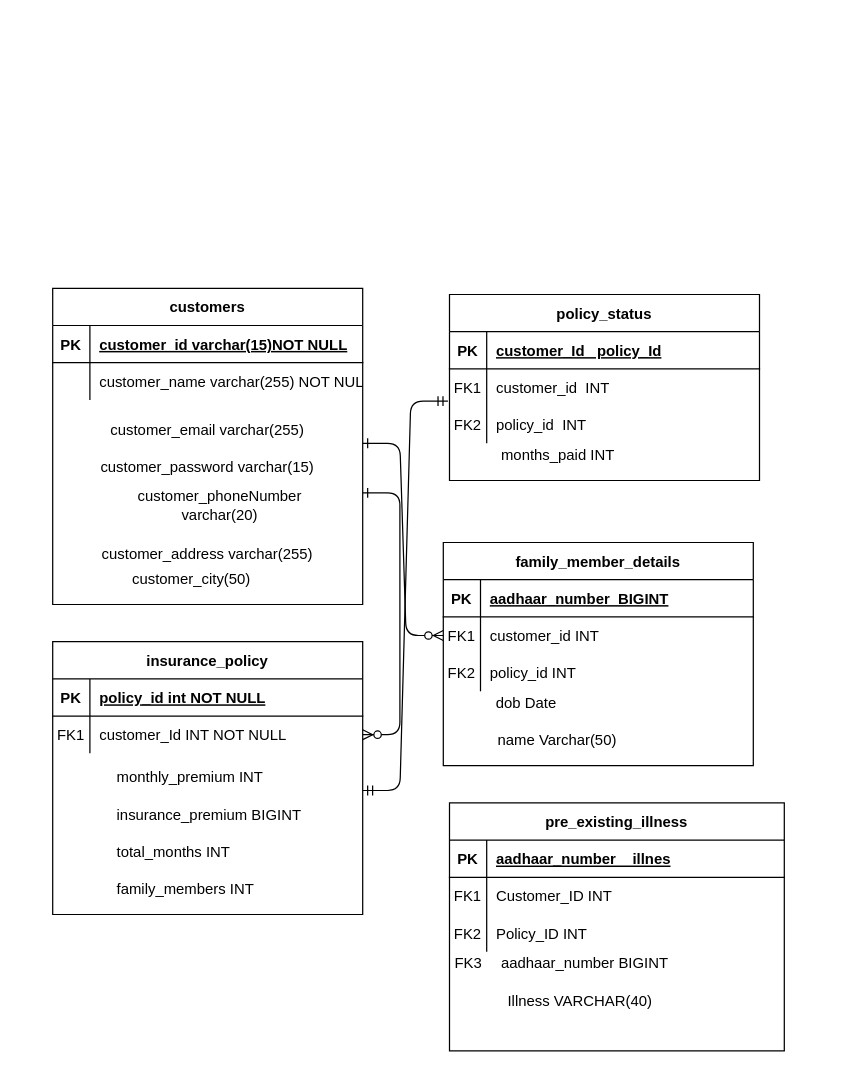
GurramkondaYaswanth/Health-Insurance keeps this draw.io diagram as Untitled Diagram.drawio. Above is the earlier version. Source tidied: cells renumbered, new cells numbered last; positions are measured from the earlier drawing's top-left corner, leaving out a move shared by most shapes. Both pictures are drawn from the tidied source at 124%, with x=0, y=0 at pixel (21, 288).
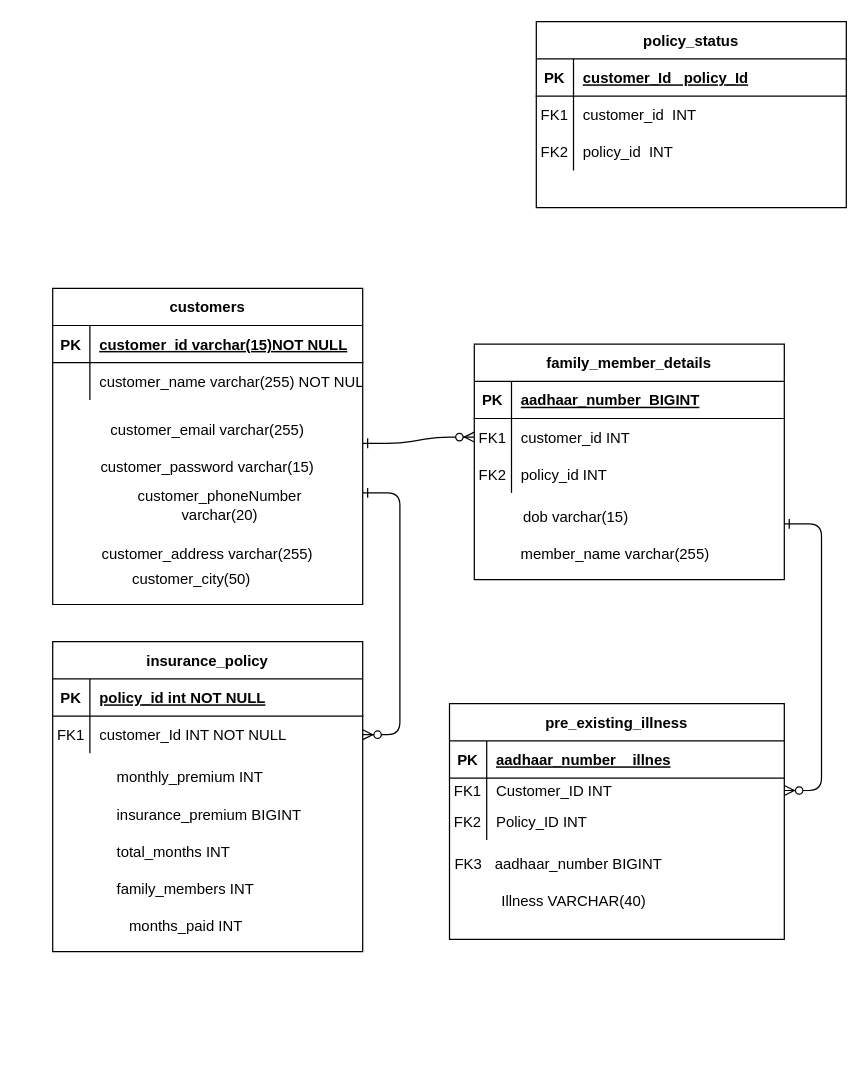
The same page after the edit.

Unchanged cells that the change refers to:
```xml
<mxCell id="7" style="shape=partialRectangle;fillColor=none;points=[[0,0.5],[1,0.5]];portConstraint=eastwest;top=0;left=0;right=0;bottom=0;" parent="3" vertex="1">
  <mxGeometry y="60" width="250" height="30" as="geometry" />
</mxCell>
```

What changed in the source:
```diff
@@
     <mxCell id="3" value="policy_status" style="shape=table;startSize=30;childLayout=tableLayout;rowLines=0;fontStyle=1;align=center;" parent="1" vertex="1">
-      <mxGeometry x="345" y="5" width="250" height="150" as="geometry" />
+      <mxGeometry x="415" y="-215" width="250" height="150" as="geometry" />
     </mxCell>
@@
     <mxCell id="13" value="family_member_details" style="shape=table;startSize=30;childLayout=tableLayout;rowLines=0;fontStyle=1;align=center;" parent="1" vertex="1">
-      <mxGeometry x="340" y="205" width="250" height="180" as="geometry" />
+      <mxGeometry x="365" y="45" width="250" height="190" as="geometry" />
     </mxCell>
@@
     <mxCell id="23" value="insurance_policy" style="shape=table;startSize=30;childLayout=tableLayout;rowLines=0;fontStyle=1;align=center;" parent="1" vertex="1">
-      <mxGeometry x="25" y="285" width="250" height="220" as="geometry" />
+      <mxGeometry x="25" y="285" width="250" height="250" as="geometry" />
     </mxCell>
@@
-    <mxCell id="45" value="months_paid INT" style="text;html=1;strokeColor=none;fillColor=none;align=left;verticalAlign=middle;whiteSpace=wrap;rounded=0;" parent="1" vertex="1">
-      <mxGeometry x="385" y="125" width="100" height="20" as="geometry" />
-    </mxCell>
@@
     <mxCell id="47" value="pre_existing_illness" style="shape=table;startSize=30;childLayout=tableLayout;rowLines=0;fontStyle=1;align=center;" parent="1" vertex="1">
-      <mxGeometry x="345" y="415" width="270" height="200" as="geometry" />
+      <mxGeometry x="345" y="335" width="270" height="190" as="geometry" />
     </mxCell>
@@
     <mxCell id="51" style="shape=partialRectangle;fillColor=none;points=[[0,0.5],[1,0.5]];portConstraint=eastwest;top=0;left=0;right=0;bottom=0;" parent="47" vertex="1">
-      <mxGeometry y="60" width="270" height="30" as="geometry" />
+      <mxGeometry y="60" width="270" height="20" as="geometry" />
     </mxCell>
     <mxCell id="52" value="FK1" style="shape=partialRectangle;overflow=hidden;fillColor=none;top=0;left=0;bottom=0;right=0;" parent="51" vertex="1">
-      <mxGeometry width="30" height="30" as="geometry" />
+      <mxGeometry width="30" height="20" as="geometry" />
     </mxCell>
     <mxCell id="53" value="Customer_ID INT" style="shape=partialRectangle;overflow=hidden;fillColor=none;top=0;left=0;bottom=0;right=0;align=left;spacingLeft=6;" parent="51" vertex="1">
-      <mxGeometry x="30" width="240" height="30" as="geometry" />
+      <mxGeometry x="30" width="240" height="20" as="geometry" />
     </mxCell>
     <mxCell id="54" style="shape=partialRectangle;fillColor=none;top=0;left=0;right=0;bottom=0;" parent="47" vertex="1">
-      <mxGeometry y="90" width="270" height="30" as="geometry" />
+      <mxGeometry y="80" width="270" height="30" as="geometry" />
     </mxCell>
@@
     <mxCell id="57" value="&amp;nbsp; &amp;nbsp;FK3" style="text;html=1;align=center;verticalAlign=middle;" parent="1" vertex="1">
-      <mxGeometry x="330" y="535" width="50" height="20" as="geometry" />
+      <mxGeometry x="330" y="455" width="50" height="20" as="geometry" />
     </mxCell>
     <mxCell id="58" value="aadhaar_number BIGINT" style="text;html=1;align=left;verticalAlign=middle;" parent="1" vertex="1">
-      <mxGeometry x="385" y="535" width="150" height="20" as="geometry" />
+      <mxGeometry x="380" y="455" width="150" height="20" as="geometry" />
     </mxCell>
     <mxCell id="59" value="Illness VARCHAR(40)" style="text;html=1;align=center;verticalAlign=middle;" parent="1" vertex="1">
-      <mxGeometry x="385" y="565" width="130" height="20" as="geometry" />
+      <mxGeometry x="380" y="485" width="130" height="20" as="geometry" />
     </mxCell>
-    <mxCell id="60" style="edgeStyle=entityRelationEdgeStyle;fontSize=12;html=1;endArrow=ERmandOne;startArrow=ERmandOne;entryX=-0.005;entryY=0.867;entryDx=0;entryDy=0;entryPerimeter=0;" parent="1" edge="1" target="7">
-      <mxGeometry relative="1" as="geometry">
-        <mxPoint x="275" y="405" as="sourcePoint" />
-      </mxGeometry>
-    </mxCell>
-    <mxCell id="61" value="&amp;nbsp; &amp;nbsp; &amp;nbsp; &amp;nbsp; &amp;nbsp; name Varchar(50)" style="text;html=1;align=center;verticalAlign=middle;" parent="1" vertex="1">
-      <mxGeometry x="345" y="355" width="140" height="20" as="geometry" />
-    </mxCell>
-    <mxCell id="62" value="&amp;nbsp; &amp;nbsp; &amp;nbsp; &amp;nbsp;dob Date" style="text;html=1;align=center;verticalAlign=middle;" parent="1" vertex="1">
-      <mxGeometry x="350" y="325" width="90" height="20" as="geometry" />
+    <mxCell id="62" value="&amp;nbsp; &amp;nbsp; &amp;nbsp; &amp;nbsp; &amp;nbsp; &amp;nbsp; &amp;nbsp;dob varchar(15)" style="text;html=1;align=center;verticalAlign=middle;" parent="1" vertex="1">
+      <mxGeometry x="355" y="175" width="140" height="20" as="geometry" />
     </mxCell>
@@
+    <mxCell id="45" value="months_paid INT" style="text;html=1;strokeColor=none;fillColor=none;align=left;verticalAlign=middle;whiteSpace=wrap;rounded=0;" parent="1" vertex="1">
+      <mxGeometry x="85" y="505" width="100" height="20" as="geometry" />
+    </mxCell>
+    <mxCell id="64" value="&amp;nbsp; &amp;nbsp; &amp;nbsp; &amp;nbsp; &amp;nbsp; &amp;nbsp; &amp;nbsp; &amp;nbsp; &amp;nbsp; &amp;nbsp; member_name varchar(255)" style="text;html=1;align=center;verticalAlign=middle;strokeColor=none;" parent="1" vertex="1">
+      <mxGeometry x="330" y="205" width="230" height="20" as="geometry" />
+    </mxCell>
+    <mxCell id="65" style="edgeStyle=entityRelationEdgeStyle;endArrow=ERzeroToMany;startArrow=ERone;endFill=1;startFill=0;entryX=1;entryY=0.5;entryDx=0;entryDy=0;" parent="1" edge="1" target="51">
+      <mxGeometry relative="1" as="geometry">
+        <mxPoint x="615" y="190" as="sourcePoint" />
+      </mxGeometry>
+    </mxCell>
```
